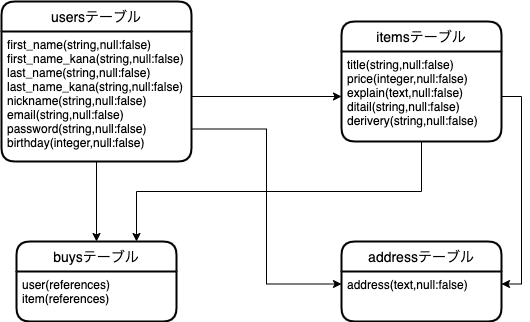
Before: test.drawio.png, a diagram exported from draw.io (iwatahinata/furima-32045). Source tidied: cells renumbered, new cells last; positions are measured from the earlier drawing's top-left corner, leaving out a move shared by most shapes.
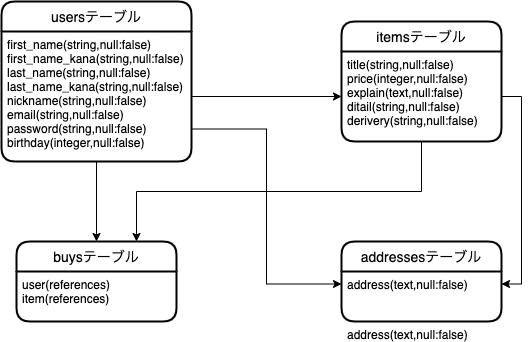
After the commit.

The edit, as a diff of the source:
```diff
@@ -20,12 +20,15 @@
     <mxCell id="7" value="user(references)&#10;item(references)" style="align=left;strokeColor=none;fillColor=none;spacingLeft=4;fontSize=12;verticalAlign=top;" parent="6" vertex="1">
       <mxGeometry y="30" width="160" height="50" as="geometry" />
     </mxCell>
-    <mxCell id="8" value="addressテーブル" style="swimlane;horizontal=1;startSize=30;rounded=1;fontSize=14;fontStyle=0;strokeWidth=2;shadow=0;dashed=0;align=center;" parent="1" vertex="1">
+    <mxCell id="8" value="addressesテーブル" style="swimlane;horizontal=1;startSize=30;rounded=1;fontSize=14;fontStyle=0;strokeWidth=2;shadow=0;dashed=0;align=center;" parent="1" vertex="1">
       <mxGeometry x="340" y="240" width="160" height="80" as="geometry" />
     </mxCell>
     <mxCell id="9" value="address(text,null:false)" style="align=left;strokeColor=none;fillColor=none;spacingLeft=4;fontSize=12;verticalAlign=top;" parent="8" vertex="1">
       <mxGeometry y="30" width="160" height="50" as="geometry" />
     </mxCell>
+    <mxCell id="15" value="address(text,null:false)" style="align=left;strokeColor=none;fillColor=none;spacingLeft=4;fontSize=12;verticalAlign=top;" parent="8" vertex="1">
+      <mxGeometry y="80" width="160" as="geometry" />
+    </mxCell>
     <mxCell id="10" style="edgeStyle=orthogonalEdgeStyle;rounded=0;jettySize=auto;html=1;exitX=1;exitY=0.5;exitDx=0;exitDy=0;entryX=0;entryY=0.5;entryDx=0;entryDy=0;" parent="1" edge="1" source="3" target="5">
       <mxGeometry relative="1" as="geometry" />
     </mxCell>
```
